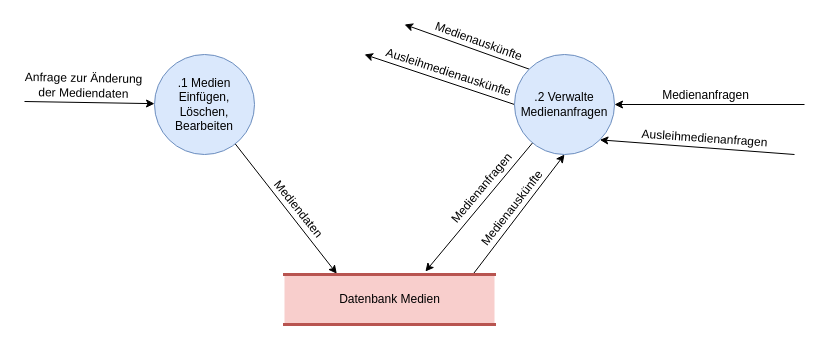
The draw.io diagram 2_Ontologies/Strukturierte Analyse/DFDs/Level1/DFD_1_Verwalte_Medien.drawio in mostermann96/SWT2, before the edit. Source tidied: cells renumbered, new cells numbered last; positions are measured from the earlier drawing's top-left corner, leaving out a move shared by most shapes. Both pictures are drawn from the tidied source at 100%, with x=0, y=0 at pixel (24, 24).
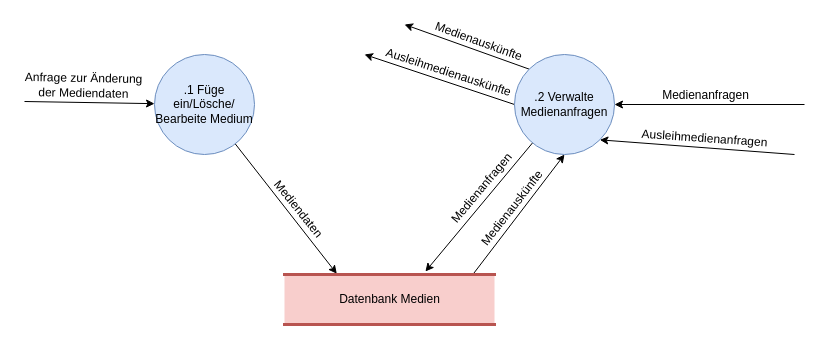
The same page after the edit.

Diff of the diagram source:
```diff
@@
-    <mxCell id="6" value=".1 Medien Einfügen, Löschen, Bearbeiten" style="ellipse;whiteSpace=wrap;html=1;fillColor=#dae8fc;strokeColor=#6c8ebf;strokeWidth=1;" parent="1" vertex="1">
+    <mxCell id="6" value=".1 Füge ein/Lösche/ Bearbeite Medium" style="ellipse;whiteSpace=wrap;html=1;fillColor=#dae8fc;strokeColor=#6c8ebf;strokeWidth=1;" parent="1" vertex="1">
       <mxGeometry x="130" y="30" width="100" height="100" as="geometry" />
     </mxCell>
```
